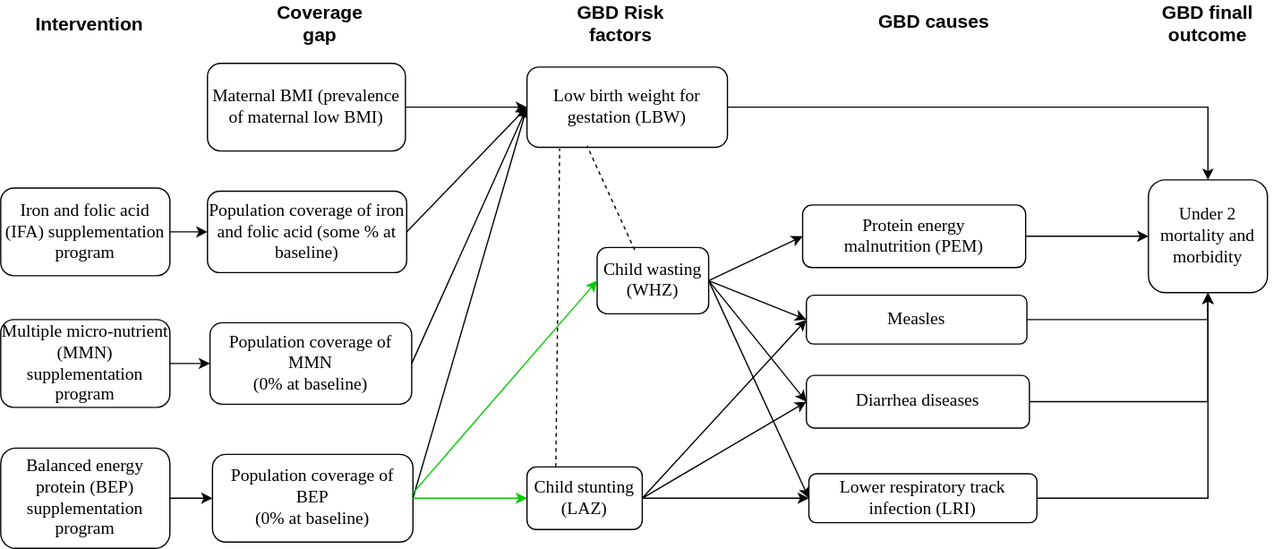
Above: docs/source/gbd2017_models/concept_models/vivarium_gates_bep/vivarium_conceptdiagram_bep.svg in ihmeuw/vivarium_research (draw.io), before the change. Source tidied: cells renumbered, new cells last; positions are measured from the earlier drawing's top-left corner, leaving out a move shared by most shapes.
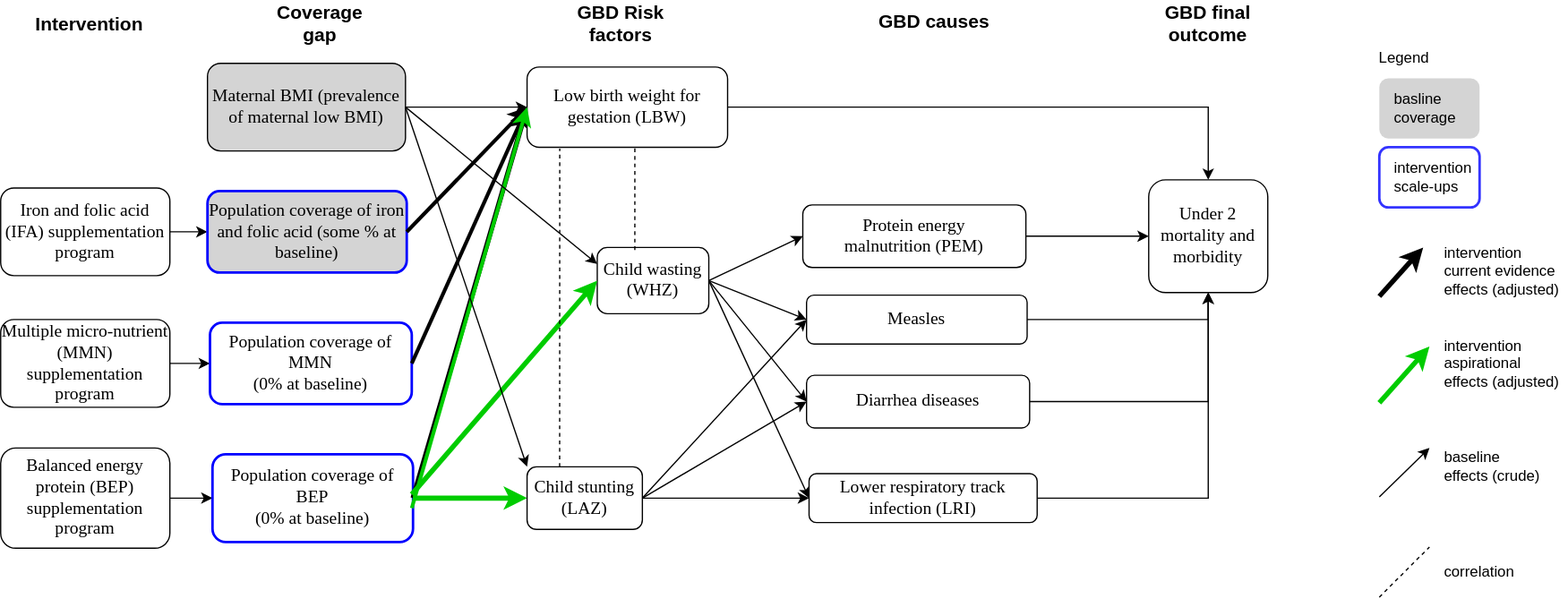
The same file after the commit.

Commit message:
updated mmn effect size to random effects

The edit, as a diff of the source:
```diff
@@ -1,4 +1,4 @@
-<mxGraphModel background="#ffffff">
+<mxGraphModel>
   <root>
     <mxCell id="0" />
     <mxCell id="1" parent="0" />
@@ -29,31 +29,31 @@
     <mxCell id="10" style="endArrow=classic;html=1;entryX=0;entryY=0.5;entryDx=0;entryDy=0;exitX=1;exitY=0.5;exitDx=0;exitDy=0;" parent="1" edge="1" source="8" target="13">
       <mxGeometry relative="1" as="geometry" />
     </mxCell>
-    <mxCell id="11" value="&lt;font style=&quot;font-size: 14px&quot;&gt;Population coverage of BEP &lt;br&gt;(0% at baseline)&lt;/font&gt;" style="rounded=1;whiteSpace=wrap;html=1;shadow=0;labelBackgroundColor=none;strokeWidth=1;fontFamily=Verdana;fontSize=8;align=center;" parent="1" vertex="1">
+    <mxCell id="11" value="&lt;font style=&quot;font-size: 14px&quot;&gt;Population coverage of BEP &lt;br&gt;(0% at baseline)&lt;/font&gt;" style="rounded=1;whiteSpace=wrap;html=1;shadow=0;labelBackgroundColor=none;strokeWidth=2;fontFamily=Verdana;fontSize=8;align=center;strokeColor=#0000FF;" parent="1" vertex="1">
       <mxGeometry x="169" y="356" width="160" height="70" as="geometry" />
     </mxCell>
-    <mxCell id="12" value="&lt;font style=&quot;font-size: 14px&quot;&gt;Population coverage of MMN &lt;br&gt;(0% at baseline)&lt;/font&gt;" style="rounded=1;whiteSpace=wrap;html=1;shadow=0;labelBackgroundColor=none;strokeWidth=1;fontFamily=Verdana;fontSize=8;align=center;" parent="1" vertex="1">
+    <mxCell id="12" value="&lt;font style=&quot;font-size: 14px&quot;&gt;Population coverage of MMN &lt;br&gt;(0% at baseline)&lt;/font&gt;" style="rounded=1;whiteSpace=wrap;html=1;shadow=0;labelBackgroundColor=none;strokeWidth=2;fontFamily=Verdana;fontSize=8;align=center;strokeColor=#0000FF;" parent="1" vertex="1">
       <mxGeometry x="167" y="251" width="161" height="65" as="geometry" />
     </mxCell>
-    <mxCell id="13" value="&lt;font style=&quot;font-size: 14px&quot;&gt;Population coverage of iron and folic acid (some % at baseline)&lt;/font&gt;" style="rounded=1;whiteSpace=wrap;html=1;shadow=0;labelBackgroundColor=none;strokeWidth=1;fontFamily=Verdana;fontSize=8;align=center;" parent="1" vertex="1">
+    <mxCell id="13" value="&lt;font style=&quot;font-size: 14px&quot;&gt;Population coverage of iron and folic acid (some % at baseline)&lt;/font&gt;" style="rounded=1;whiteSpace=wrap;html=1;shadow=0;labelBackgroundColor=none;strokeWidth=2;fontFamily=Verdana;fontSize=8;align=center;fillColor=#D4D4D4;strokeColor=#0000FF;" parent="1" vertex="1">
       <mxGeometry x="165" y="146" width="159" height="65" as="geometry" />
     </mxCell>
-    <mxCell id="14" value="&lt;font style=&quot;font-size: 14px&quot;&gt;Maternal BMI (prevalence of maternal low BMI)&lt;/font&gt;" style="rounded=1;whiteSpace=wrap;html=1;shadow=0;labelBackgroundColor=none;strokeWidth=1;fontFamily=Verdana;fontSize=8;align=center;" parent="1" vertex="1">
+    <mxCell id="14" value="&lt;font style=&quot;font-size: 14px&quot;&gt;Maternal BMI (prevalence of maternal low BMI)&lt;/font&gt;" style="rounded=1;whiteSpace=wrap;html=1;shadow=0;labelBackgroundColor=none;strokeWidth=1;fontFamily=Verdana;fontSize=8;align=center;fillColor=#D4D4D4;" parent="1" vertex="1">
       <mxGeometry x="165" y="44" width="158" height="70" as="geometry" />
     </mxCell>
     <mxCell id="15" style="endArrow=classic;html=1;exitX=1;exitY=0.5;exitDx=0;exitDy=0;entryX=0;entryY=0.5;entryDx=0;entryDy=0;" parent="1" edge="1" source="14" target="21">
       <mxGeometry relative="1" as="geometry" />
     </mxCell>
-    <mxCell id="16" style="endArrow=classic;html=1;fillColor=#00CC00;strokeColor=#000000;exitX=1;exitY=0.5;exitDx=0;exitDy=0;entryX=0;entryY=0.5;entryDx=0;entryDy=0;" parent="1" edge="1" source="11" target="21">
-      <mxGeometry relative="1" as="geometry" />
-    </mxCell>
+    <mxCell id="45" style="endArrow=classic;html=1;fillColor=#00CC00;strokeColor=#000000;exitX=1;exitY=0.5;exitDx=0;exitDy=0;entryX=0;entryY=0.5;entryDx=0;entryDy=0;strokeWidth=4;" parent="1" edge="1" source="11" target="21">
+      <mxGeometry relative="1" as="geometry" />
+    </mxCell>
-    <mxCell id="17" style="endArrow=classic;html=1;entryX=0;entryY=0.5;entryDx=0;entryDy=0;exitX=1;exitY=0.5;exitDx=0;exitDy=0;" parent="1" edge="1" source="12" target="21">
+    <mxCell id="17" style="endArrow=classic;html=1;entryX=0;entryY=0.5;entryDx=0;entryDy=0;exitX=1;exitY=0.5;exitDx=0;exitDy=0;strokeWidth=3;" parent="1" edge="1" source="12" target="21">
       <mxGeometry relative="1" as="geometry" />
     </mxCell>
-    <mxCell id="18" style="endArrow=classic;html=1;exitX=1;exitY=0.5;exitDx=0;exitDy=0;entryX=0;entryY=0.5;entryDx=0;entryDy=0;" parent="1" edge="1" source="13" target="21">
+    <mxCell id="18" style="endArrow=classic;html=1;exitX=1;exitY=0.5;exitDx=0;exitDy=0;entryX=0;entryY=0.5;entryDx=0;entryDy=0;strokeWidth=3;" parent="1" edge="1" source="13" target="21">
       <mxGeometry relative="1" as="geometry" />
     </mxCell>
-    <mxCell id="19" style="endArrow=classic;html=1;fillColor=#0050ef;strokeColor=#00CC00;entryX=0;entryY=0.5;entryDx=0;entryDy=0;exitX=1;exitY=0.5;exitDx=0;exitDy=0;" parent="1" edge="1" source="11" target="22">
+    <mxCell id="19" style="endArrow=classic;html=1;fillColor=#0050ef;strokeColor=#00CC00;entryX=0;entryY=0.5;entryDx=0;entryDy=0;exitX=1;exitY=0.5;exitDx=0;exitDy=0;strokeWidth=4;" parent="1" edge="1" source="11" target="22">
       <mxGeometry relative="1" as="geometry" />
     </mxCell>
     <mxCell id="20" value="&lt;font style=&quot;font-size: 14px&quot;&gt;Child wasting (WHZ)&lt;/font&gt;" style="rounded=1;whiteSpace=wrap;html=1;shadow=0;labelBackgroundColor=none;strokeWidth=1;fontFamily=Verdana;fontSize=8;align=center;" parent="1" vertex="1">
@@ -119,19 +119,83 @@
     <mxCell id="40" value="GBD causes" style="text;html=1;strokeColor=none;fillColor=none;align=center;verticalAlign=middle;whiteSpace=wrap;rounded=0;strokeWidth=4;fontSize=15;fontStyle=1;" parent="1" vertex="1">
       <mxGeometry x="697.5" width="93.5" height="20" as="geometry" />
     </mxCell>
-    <mxCell id="41" value="GBD finall outcome" style="text;html=1;strokeColor=none;fillColor=none;align=center;verticalAlign=middle;whiteSpace=wrap;rounded=0;strokeWidth=4;fontSize=15;fontStyle=1;" parent="1" vertex="1">
-      <mxGeometry x="907" y="2" width="113" height="20" as="geometry" />
-    </mxCell>
-    <mxCell id="42" style="endArrow=classic;html=1;fillColor=#0050ef;strokeColor=#00CC00;entryX=0;entryY=0.5;entryDx=0;entryDy=0;" parent="1" edge="1" target="20">
-      <mxGeometry relative="1" as="geometry">
-        <mxPoint x="328" y="388" as="sourcePoint" />
-      </mxGeometry>
-    </mxCell>
-    <mxCell id="43" style="endArrow=none;dashed=1;html=1;strokeColor=#000000;fontSize=15;entryX=0.163;entryY=1.016;entryDx=0;entryDy=0;exitX=0.25;exitY=0;exitDx=0;exitDy=0;entryPerimeter=0;" parent="1" edge="1" source="22" target="21">
-      <mxGeometry relative="1" as="geometry" />
-    </mxCell>
-    <mxCell id="44" style="endArrow=none;dashed=1;html=1;strokeColor=#000000;fontSize=15;exitX=0.337;exitY=0.038;exitDx=0;exitDy=0;entryX=0.3;entryY=0.984;entryDx=0;entryDy=0;entryPerimeter=0;exitPerimeter=0;" parent="1" edge="1" source="20" target="21">
-      <mxGeometry relative="1" as="geometry" />
-    </mxCell>
+    <mxCell id="46" value="GBD final outcome" style="text;html=1;strokeColor=none;fillColor=none;align=center;verticalAlign=middle;whiteSpace=wrap;rounded=0;strokeWidth=4;fontSize=15;fontStyle=1;" parent="1" vertex="1">
+      <mxGeometry x="907" y="2" width="113" height="20" as="geometry" />
+    </mxCell>
+    <mxCell id="47" style="endArrow=classic;html=1;fillColor=#0050ef;strokeColor=#00CC00;entryX=0;entryY=0.5;entryDx=0;entryDy=0;strokeWidth=4;" parent="1" edge="1" target="20">
+      <mxGeometry relative="1" as="geometry">
+        <mxPoint x="328" y="388" as="sourcePoint" />
+      </mxGeometry>
+    </mxCell>
+    <mxCell id="48" style="endArrow=none;dashed=1;html=1;strokeColor=#000000;fontSize=15;entryX=0.163;entryY=1.016;entryDx=0;entryDy=0;entryPerimeter=0;" parent="1" edge="1" target="21">
+      <mxGeometry relative="1" as="geometry">
+        <mxPoint x="446" y="366" as="sourcePoint" />
+      </mxGeometry>
+    </mxCell>
+    <mxCell id="49" style="endArrow=none;dashed=1;html=1;strokeColor=#000000;fontSize=15;exitX=0.337;exitY=0.038;exitDx=0;exitDy=0;exitPerimeter=0;" parent="1" edge="1" source="20">
+      <mxGeometry relative="1" as="geometry">
+        <mxPoint x="506" y="111" as="targetPoint" />
+      </mxGeometry>
+    </mxCell>
+    <mxCell id="50" style="rounded=1;whiteSpace=wrap;html=1;strokeColor=none;strokeWidth=2;fillColor=#D4D4D4;" parent="1" vertex="1">
+      <mxGeometry x="1100" y="56" width="80" height="48" as="geometry" />
+    </mxCell>
+    <mxCell id="51" value="Legend" style="text;html=1;strokeColor=none;fillColor=none;align=center;verticalAlign=middle;whiteSpace=wrap;rounded=0;" parent="1" vertex="1">
+      <mxGeometry x="1100" y="30" width="40" height="20" as="geometry" />
+    </mxCell>
+    <mxCell id="52" value="basline coverage" style="text;html=1;strokeColor=none;fillColor=none;align=left;verticalAlign=middle;whiteSpace=wrap;rounded=0;" parent="1" vertex="1">
+      <mxGeometry x="1110" y="70" width="40" height="20" as="geometry" />
+    </mxCell>
+    <mxCell id="53" style="rounded=1;whiteSpace=wrap;html=1;strokeColor=#3333FF;strokeWidth=2;fillColor=none;" parent="1" vertex="1">
+      <mxGeometry x="1100" y="111" width="80" height="48" as="geometry" />
+    </mxCell>
+    <mxCell id="54" value="intervention scale-ups" style="text;html=1;strokeColor=none;fillColor=none;align=left;verticalAlign=middle;whiteSpace=wrap;rounded=0;" parent="1" vertex="1">
+      <mxGeometry x="1110" y="123" width="70" height="24" as="geometry" />
+    </mxCell>
+    <mxCell id="55" style="endArrow=classic;html=1;fillColor=#0050ef;strokeColor=#00CC00;entryX=0;entryY=0.5;entryDx=0;entryDy=0;strokeWidth=3;exitX=0.994;exitY=0.614;exitDx=0;exitDy=0;exitPerimeter=0;" parent="1" edge="1" source="11" target="21">
+      <mxGeometry relative="1" as="geometry" />
+    </mxCell>
+    <mxCell id="56" style="endArrow=classic;html=1;strokeWidth=4;" parent="1" edge="1">
+      <mxGeometry relative="1" as="geometry">
+        <mxPoint x="1100" y="230" as="sourcePoint" />
+        <mxPoint x="1135" y="191" as="targetPoint" />
+      </mxGeometry>
+    </mxCell>
+    <mxCell id="57" style="endArrow=classic;html=1;fillColor=#0050ef;strokeColor=#00CC00;strokeWidth=4;" parent="1" edge="1">
+      <mxGeometry relative="1" as="geometry">
+        <mxPoint x="1100" y="315" as="sourcePoint" />
+        <mxPoint x="1140" y="270" as="targetPoint" />
+      </mxGeometry>
+    </mxCell>
+    <mxCell id="58" value="intervention current evidence effects (adjusted)" style="text;html=1;strokeColor=none;fillColor=none;align=left;verticalAlign=middle;whiteSpace=wrap;rounded=0;" parent="1" vertex="1">
+      <mxGeometry x="1150" y="200" width="100" height="20" as="geometry" />
+    </mxCell>
+    <mxCell id="59" value="intervention&lt;br&gt;aspirational &lt;br&gt;effects (adjusted)" style="text;html=1;strokeColor=none;fillColor=none;align=left;verticalAlign=middle;whiteSpace=wrap;rounded=0;" parent="1" vertex="1">
+      <mxGeometry x="1150" y="273.5" width="100" height="20" as="geometry" />
+    </mxCell>
+    <mxCell id="60" style="endArrow=classic;html=1;exitX=1;exitY=0.5;exitDx=0;exitDy=0;entryX=0;entryY=0.25;entryDx=0;entryDy=0;" parent="1" edge="1" source="14" target="20">
+      <mxGeometry relative="1" as="geometry" />
+    </mxCell>
+    <mxCell id="61" style="endArrow=classic;html=1;exitX=1;exitY=0.5;exitDx=0;exitDy=0;entryX=0;entryY=0;entryDx=0;entryDy=0;" parent="1" edge="1" source="14" target="22">
+      <mxGeometry relative="1" as="geometry" />
+    </mxCell>
+    <mxCell id="62" style="endArrow=classic;html=1;" parent="1" edge="1">
+      <mxGeometry relative="1" as="geometry">
+        <mxPoint x="1100" y="390" as="sourcePoint" />
+        <mxPoint x="1140" y="351" as="targetPoint" />
+      </mxGeometry>
+    </mxCell>
+    <mxCell id="63" value="baseline&lt;br&gt;effects (crude)" style="text;html=1;strokeColor=none;fillColor=none;align=left;verticalAlign=middle;whiteSpace=wrap;rounded=0;" parent="1" vertex="1">
+      <mxGeometry x="1150" y="356" width="80" height="20" as="geometry" />
+    </mxCell>
+    <mxCell id="64" style="endArrow=none;dashed=1;html=1;strokeColor=#000000;fontSize=15;" parent="1" edge="1">
+      <mxGeometry relative="1" as="geometry">
+        <mxPoint x="1100" y="470" as="sourcePoint" />
+        <mxPoint x="1140" y="430" as="targetPoint" />
+      </mxGeometry>
+    </mxCell>
+    <mxCell id="65" value="correlation" style="text;html=1;strokeColor=none;fillColor=none;align=left;verticalAlign=middle;whiteSpace=wrap;rounded=0;" parent="1" vertex="1">
+      <mxGeometry x="1150" y="440" width="40" height="20" as="geometry" />
+    </mxCell>
   </root>
 </mxGraphModel>
```
